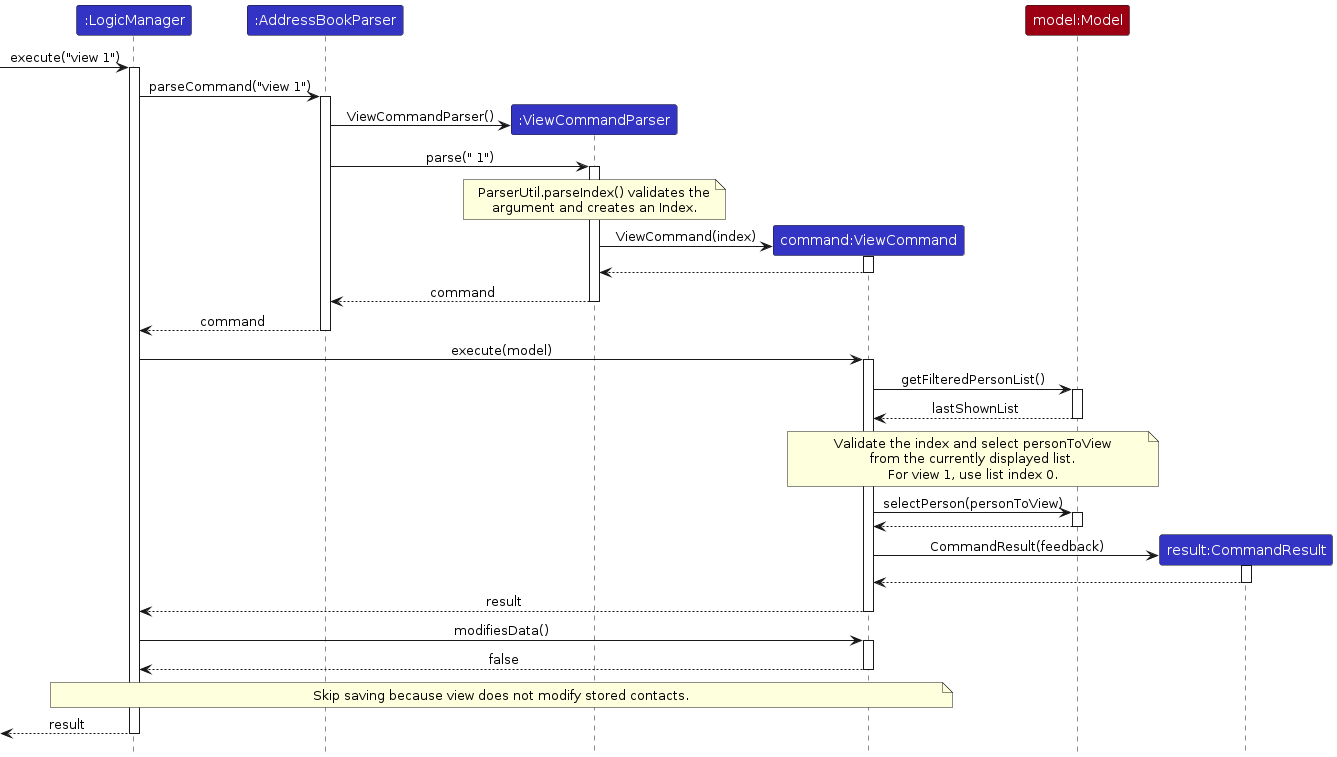
Above: diagrams/ViewSequenceDiagram.png in AY2627S1-CS2103T-T08-1/tp (PlantUML), before the change. Its source is kept beside it as diagrams/ViewSequenceDiagram.puml.
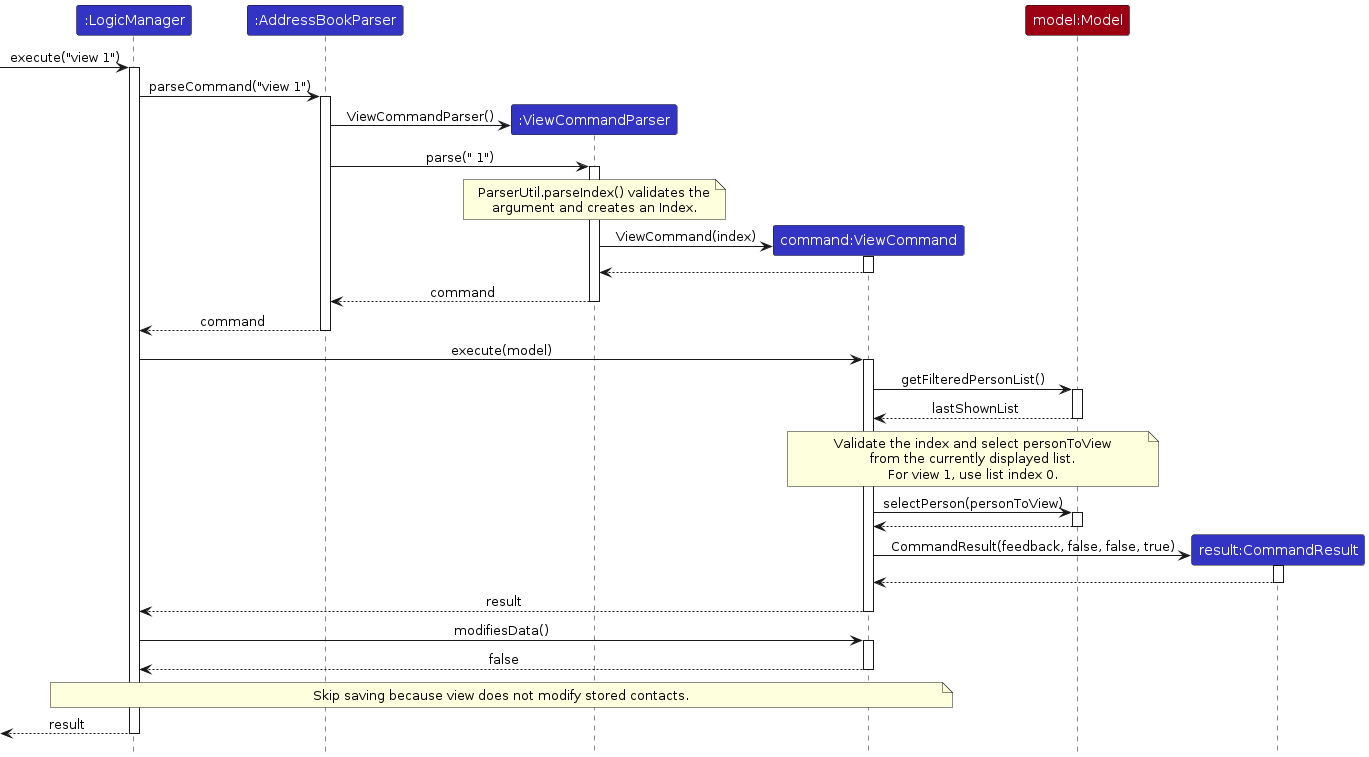
Later version of the same file.

Change to the diagram source:
```diff
@@ -55,7 +55,7 @@
 deactivate Model
 
 create CommandResult
-ViewCommand -> CommandResult : CommandResult(feedback)
+ViewCommand -> CommandResult : CommandResult(feedback, false, false, true)
 activate CommandResult
 CommandResult --> ViewCommand
 deactivate CommandResult
```
